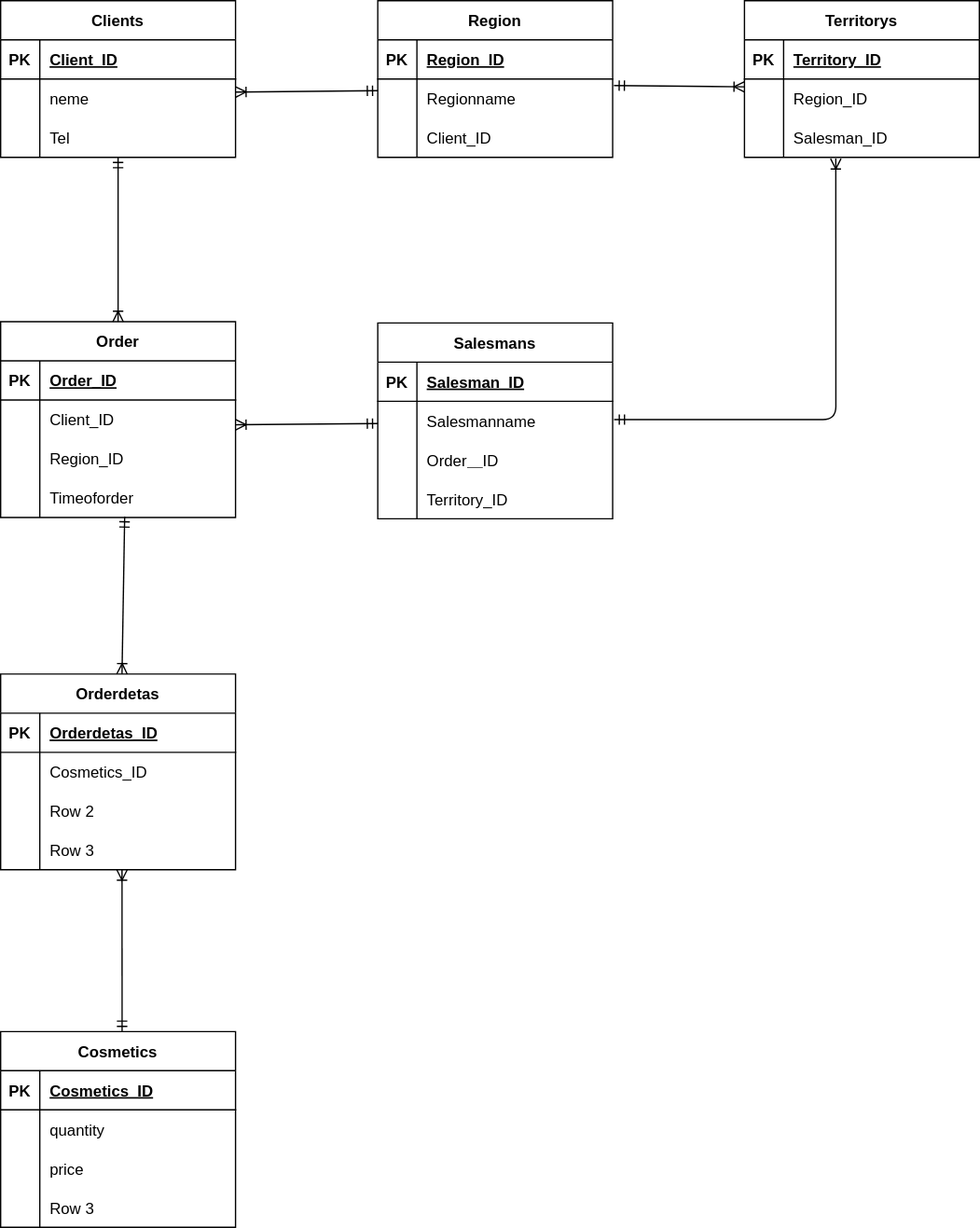
This is ER.drawio.svg from ohashi3589/20230217_ohashi, a draw.io export, as it was before one commit. Source tidied: cells renumbered, new cells last; positions are measured from the earlier drawing's top-left corner, leaving out a move shared by most shapes.
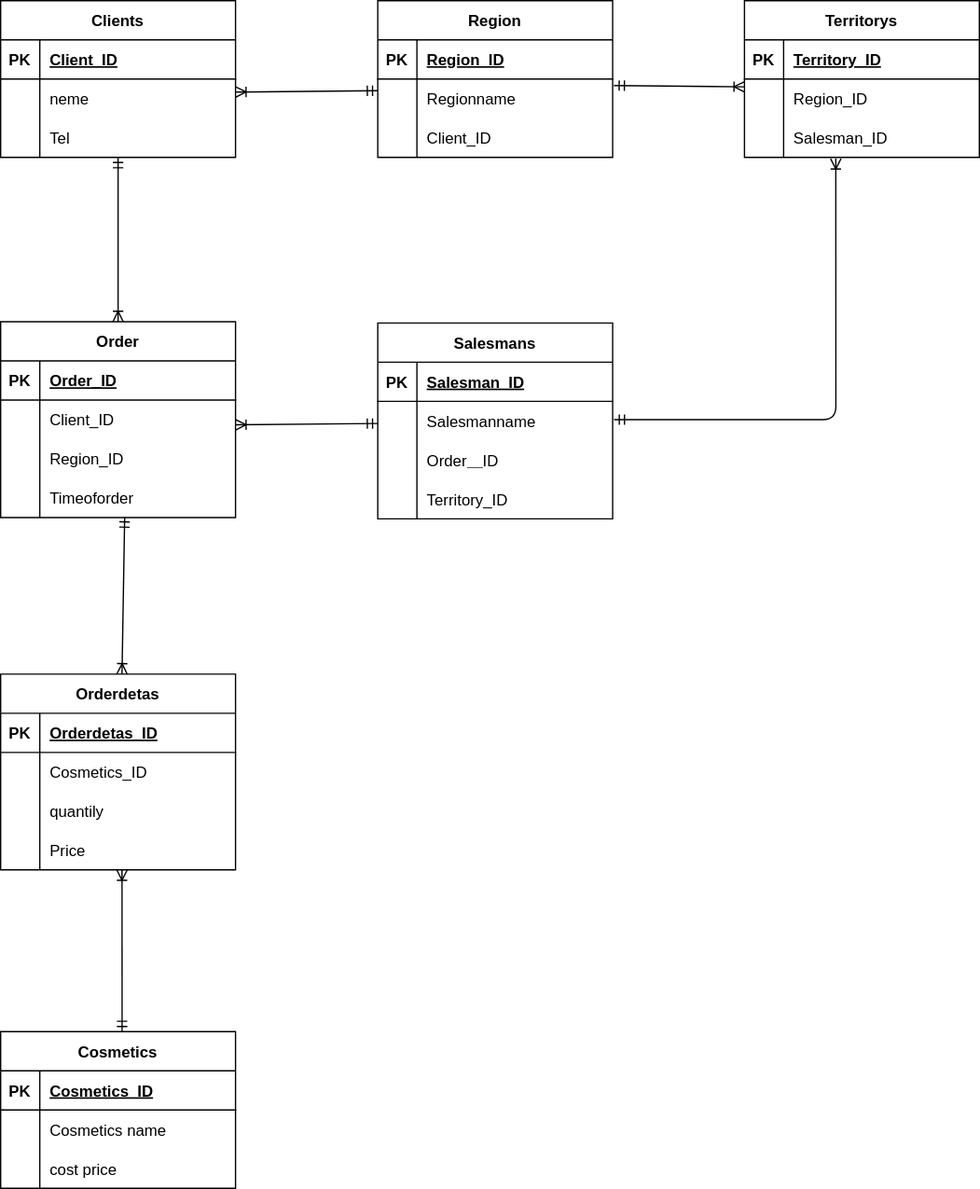
After the commit.

Diff of the diagram source:
```diff
@@ -98,7 +98,7 @@
     <mxCell id="33" style="shape=partialRectangle;fillColor=none;top=0;left=0;bottom=0;right=0;overflow=hidden;" parent="32" vertex="1">
       <mxGeometry width="30" height="30" as="geometry" />
     </mxCell>
-    <mxCell id="34" value="Row 2" style="shape=partialRectangle;fillColor=none;top=0;left=0;bottom=0;right=0;align=left;spacingLeft=6;overflow=hidden;" parent="32" vertex="1">
+    <mxCell id="34" value="quantily" style="shape=partialRectangle;fillColor=none;top=0;left=0;bottom=0;right=0;align=left;spacingLeft=6;overflow=hidden;" parent="32" vertex="1">
       <mxGeometry x="30" width="150" height="30" as="geometry" />
     </mxCell>
     <mxCell id="35" style="shape=tableRow;horizontal=0;startSize=0;swimlaneHead=0;swimlaneBody=0;fillColor=none;top=0;left=0;right=0;bottom=0;" parent="25" vertex="1">
@@ -107,11 +107,11 @@
     <mxCell id="36" style="shape=partialRectangle;fillColor=none;top=0;left=0;bottom=0;right=0;overflow=hidden;" parent="35" vertex="1">
       <mxGeometry width="30" height="30" as="geometry" />
     </mxCell>
-    <mxCell id="37" value="Row 3" style="shape=partialRectangle;fillColor=none;top=0;left=0;bottom=0;right=0;align=left;spacingLeft=6;overflow=hidden;" parent="35" vertex="1">
+    <mxCell id="37" value="Price" style="shape=partialRectangle;fillColor=none;top=0;left=0;bottom=0;right=0;align=left;spacingLeft=6;overflow=hidden;" parent="35" vertex="1">
       <mxGeometry x="30" width="150" height="30" as="geometry" />
     </mxCell>
     <mxCell id="38" value="Cosmetics" style="shape=table;startSize=30;rowLines=0;fontStyle=1;align=center;" parent="1" vertex="1">
-      <mxGeometry y="790" width="180" height="150" as="geometry" />
+      <mxGeometry y="790" width="180" height="120" as="geometry" />
     </mxCell>
     <mxCell id="39" style="shape=tableRow;horizontal=0;startSize=0;swimlaneHead=0;swimlaneBody=0;fillColor=none;top=0;left=0;right=0;bottom=1;" parent="38" vertex="1">
       <mxGeometry y="30" width="180" height="30" as="geometry" />
@@ -128,7 +128,7 @@
     <mxCell id="43" style="shape=partialRectangle;fillColor=none;top=0;left=0;bottom=0;right=0;overflow=hidden;" parent="42" vertex="1">
       <mxGeometry width="30" height="30" as="geometry" />
     </mxCell>
-    <mxCell id="44" value="quantity" style="shape=partialRectangle;fillColor=none;top=0;left=0;bottom=0;right=0;align=left;spacingLeft=6;overflow=hidden;" parent="42" vertex="1">
+    <mxCell id="44" value="Cosmetics name" style="shape=partialRectangle;fillColor=none;top=0;left=0;bottom=0;right=0;align=left;spacingLeft=6;overflow=hidden;" parent="42" vertex="1">
       <mxGeometry x="30" width="150" height="30" as="geometry" />
     </mxCell>
     <mxCell id="45" style="shape=tableRow;horizontal=0;startSize=0;swimlaneHead=0;swimlaneBody=0;fillColor=none;top=0;left=0;right=0;bottom=0;" parent="38" vertex="1">
@@ -137,18 +137,9 @@
     <mxCell id="46" style="shape=partialRectangle;fillColor=none;top=0;left=0;bottom=0;right=0;overflow=hidden;" parent="45" vertex="1">
       <mxGeometry width="30" height="30" as="geometry" />
     </mxCell>
-    <mxCell id="47" value="price" style="shape=partialRectangle;fillColor=none;top=0;left=0;bottom=0;right=0;align=left;spacingLeft=6;overflow=hidden;" parent="45" vertex="1">
+    <mxCell id="47" value="cost price" style="shape=partialRectangle;fillColor=none;top=0;left=0;bottom=0;right=0;align=left;spacingLeft=6;overflow=hidden;" parent="45" vertex="1">
       <mxGeometry x="30" width="150" height="30" as="geometry" />
     </mxCell>
-    <mxCell id="48" style="shape=tableRow;horizontal=0;startSize=0;swimlaneHead=0;swimlaneBody=0;fillColor=none;top=0;left=0;right=0;bottom=0;" parent="38" vertex="1">
-      <mxGeometry y="120" width="180" height="30" as="geometry" />
-    </mxCell>
-    <mxCell id="49" style="shape=partialRectangle;fillColor=none;top=0;left=0;bottom=0;right=0;overflow=hidden;" parent="48" vertex="1">
-      <mxGeometry width="30" height="30" as="geometry" />
-    </mxCell>
-    <mxCell id="50" value="Row 3" style="shape=partialRectangle;fillColor=none;top=0;left=0;bottom=0;right=0;align=left;spacingLeft=6;overflow=hidden;" parent="48" vertex="1">
-      <mxGeometry x="30" width="150" height="30" as="geometry" />
-    </mxCell>
     <mxCell id="51" value="Region" style="shape=table;startSize=30;rowLines=0;fontStyle=1;align=center;" parent="1" vertex="1">
       <mxGeometry x="289" width="180" height="120" as="geometry" />
     </mxCell>
```
